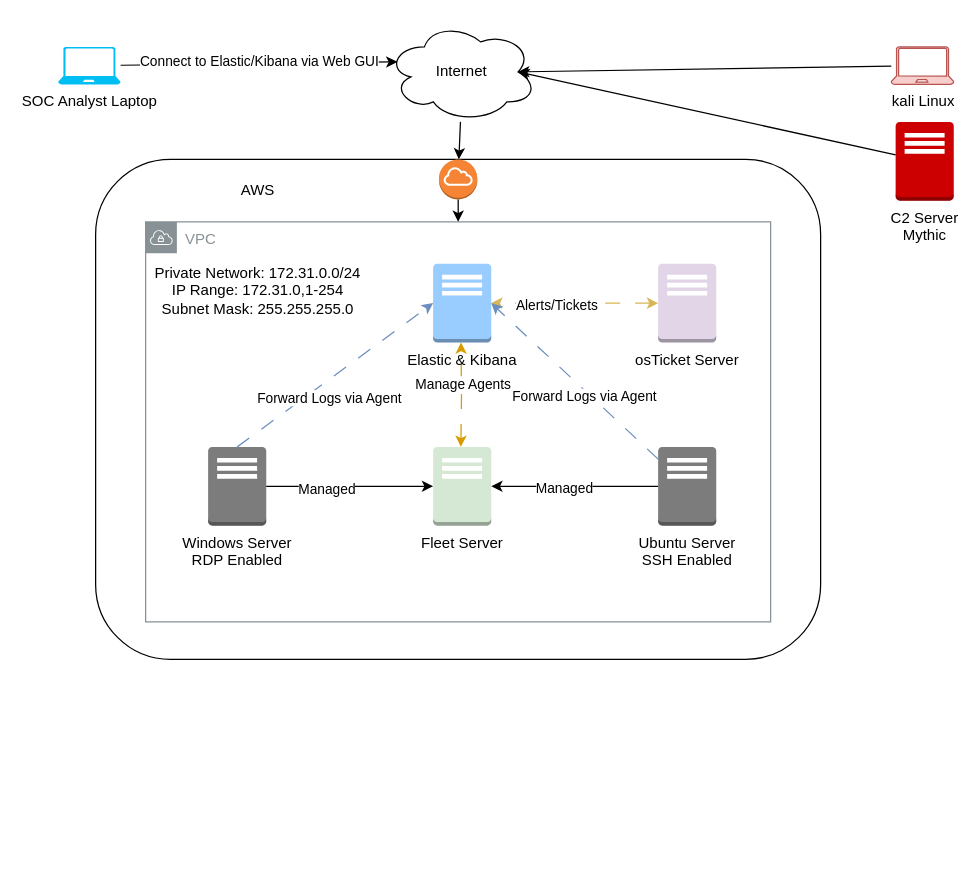
TheConiak/MyDFIR keeps this draw.io diagram as 30Day-MyDFIR.drawio. Above is the earlier version. Source tidied: cells renumbered, new cells numbered last; positions are measured from the earlier drawing's top-left corner, leaving out a move shared by most shapes. Both pictures are drawn from the tidied source at 125%, with x=0, y=0 at pixel (58, 21).
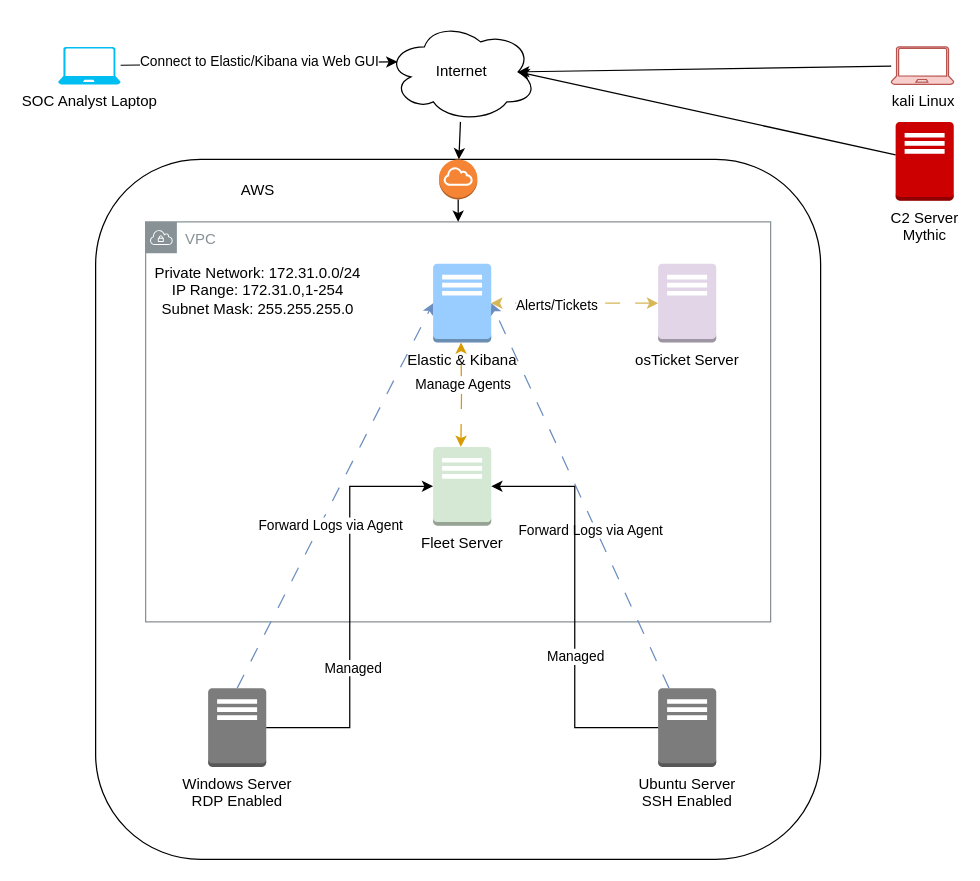
The same page after the edit.

The change refers to these unchanged cells:
```xml
<mxCell id="10" value="Fleet Server" style="outlineConnect=0;dashed=0;verticalLabelPosition=bottom;verticalAlign=top;align=center;html=1;shape=mxgraph.aws3.traditional_server;fillColor=#d5e8d4;strokeColor=#82b366;" parent="1" vertex="1">
  <mxGeometry x="300" y="340" width="46.5" height="63" as="geometry" />
</mxCell>
```

Diff of the diagram source:
```diff
@@
     <mxCell id="2" style="rounded=1;whiteSpace=wrap;html=1;" parent="1" vertex="1">
-      <mxGeometry x="30" y="110" width="580" height="400" as="geometry" />
+      <mxGeometry x="30" y="110" width="580" height="560" as="geometry" />
     </mxCell>
@@
-    <mxCell id="4" style="edgeStyle=orthogonalEdgeStyle;rounded=0;jettySize=auto;html=1;exitX=0;exitY=0.5;exitDx=0;exitDy=0;exitPerimeter=0;" parent="1" edge="1" source="6" target="10">
-      <mxGeometry relative="1" as="geometry" />
-    </mxCell>
-    <mxCell id="5" value="Managed" style="edgeLabel;html=1;align=center;verticalAlign=middle;" parent="4" vertex="1">
-      <mxGeometry x="0.14" y="1" relative="1" as="geometry" />
-    </mxCell>
     <mxCell id="6" value="Ubuntu Server&lt;br&gt;SSH Enabled" style="outlineConnect=0;dashed=0;verticalLabelPosition=bottom;verticalAlign=top;align=center;html=1;shape=mxgraph.aws3.traditional_server;fillColor=#7D7C7C;gradientColor=none;" parent="1" vertex="1">
-      <mxGeometry x="480" y="340" width="46.5" height="63" as="geometry" />
+      <mxGeometry x="480" y="533" width="46.5" height="63" as="geometry" />
     </mxCell>
     <mxCell id="7" value="Windows Server&lt;br&gt;RDP Enabled&lt;div&gt;&lt;br&gt;&lt;/div&gt;" style="outlineConnect=0;dashed=0;verticalLabelPosition=bottom;verticalAlign=top;align=center;html=1;shape=mxgraph.aws3.traditional_server;fillColor=#7D7C7C;gradientColor=none;" parent="1" vertex="1">
-      <mxGeometry x="120" y="340" width="46.5" height="63" as="geometry" />
+      <mxGeometry x="120" y="533" width="46.5" height="63" as="geometry" />
     </mxCell>
@@
+    <mxCell id="4" style="edgeStyle=orthogonalEdgeStyle;rounded=0;jettySize=auto;html=1;entryX=1;entryY=0.5;entryDx=0;entryDy=0;entryPerimeter=0;" parent="1" edge="1" source="6" target="10">
+      <mxGeometry relative="1" as="geometry" />
+    </mxCell>
+    <mxCell id="5" value="Managed" style="edgeLabel;html=1;align=center;verticalAlign=middle;" parent="4" vertex="1">
+      <mxGeometry x="-0.24" relative="1" as="geometry" />
+    </mxCell>
```
